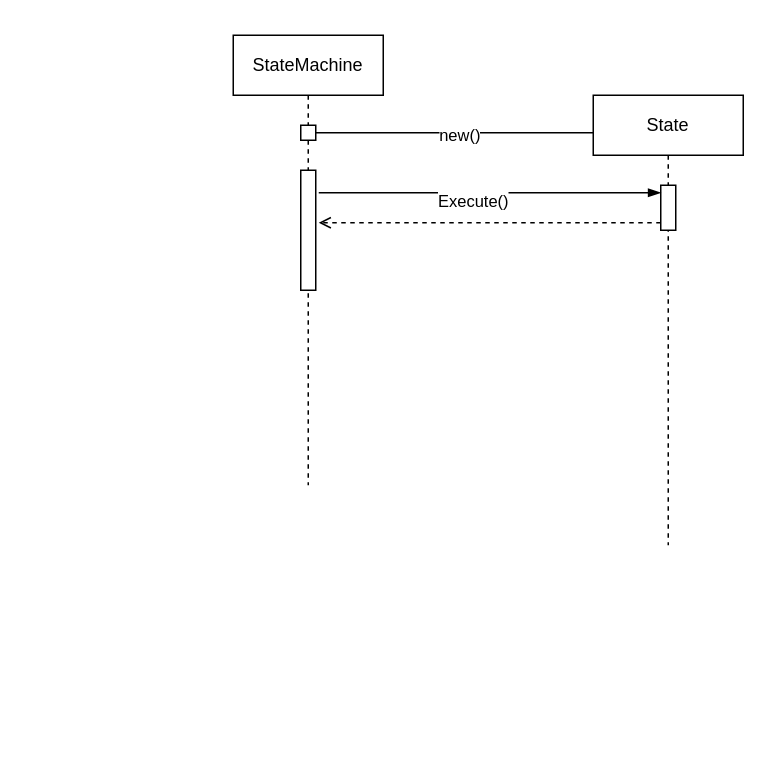
This is Documentation/Unbenanntes Diagramm.drawio from Ubus99/AR_Project, a draw.io file, before an edit. Source tidied: cells renumbered, new cells numbered last; positions are measured from the earlier drawing's top-left corner, leaving out a move shared by most shapes. Both pictures are drawn from the tidied source at 150%, with x=0, y=0 at pixel (232, 34).
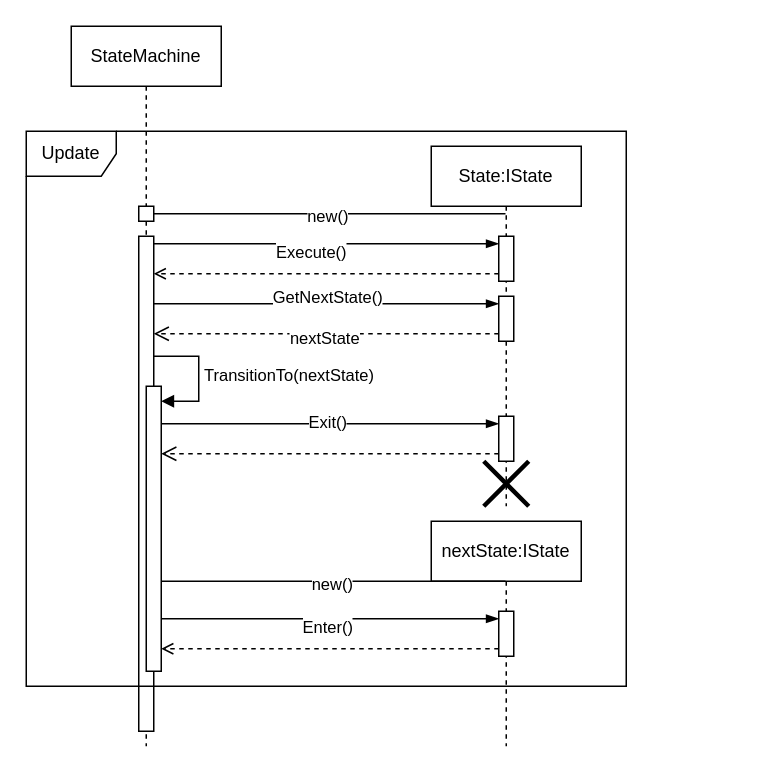
Above is the later version.

The change refers to these unchanged cells:
```xml
<mxCell id="6" style="html=1;points=[[0,0,0,0,5],[0,1,0,0,-5],[1,0,0,0,5],[1,1,0,0,-5]];perimeter=orthogonalPerimeter;outlineConnect=0;targetShapes=umlLifeline;portConstraint=eastwest;newEdgeStyle={&quot;curved&quot;:0,&quot;rounded&quot;:0};" parent="5" vertex="1">
  <mxGeometry x="45" y="60" width="10" height="30" as="geometry" />
</mxCell>
```

What changed in the source:
```diff
@@
     <mxCell id="2" value="StateMachine" style="shape=umlLifeline;perimeter=lifelinePerimeter;whiteSpace=wrap;html=1;newEdgeStyle={&quot;edgeStyle&quot;:&quot;elbowEdgeStyle&quot;,&quot;elbow&quot;:&quot;vertical&quot;,&quot;curved&quot;:0,&quot;rounded&quot;:0};" parent="1" vertex="1">
-      <mxGeometry width="100" height="300" as="geometry" />
+      <mxGeometry x="-108" y="-6" width="100" height="480" as="geometry" />
     </mxCell>
     <mxCell id="3" style="html=1;points=[[0,0,0,0,5],[0,1,0,0,-5],[1,0,0,0,5],[1,1,0,0,-5]];perimeter=orthogonalPerimeter;outlineConnect=0;targetShapes=umlLifeline;portConstraint=eastwest;newEdgeStyle={&quot;curved&quot;:0,&quot;rounded&quot;:0};" parent="2" vertex="1">
-      <mxGeometry x="45" y="60" width="10" height="10" as="geometry" />
+      <mxGeometry x="45" y="120" width="10" height="10" as="geometry" />
     </mxCell>
     <mxCell id="4" style="html=1;points=[[0,0,0,0,5],[0,1,0,0,-5],[1,0,0,0,5],[1,1,0,0,-5]];perimeter=orthogonalPerimeter;outlineConnect=0;targetShapes=umlLifeline;portConstraint=eastwest;newEdgeStyle={&quot;curved&quot;:0,&quot;rounded&quot;:0};" parent="2" vertex="1">
-      <mxGeometry x="45" y="90" width="10" height="80" as="geometry" />
+      <mxGeometry x="45" y="140" width="10" height="330" as="geometry" />
     </mxCell>
+    <mxCell id="12" style="html=1;points=[[0,0,0,0,5],[0,1,0,0,-5],[1,0,0,0,5],[1,1,0,0,-5]];perimeter=orthogonalPerimeter;outlineConnect=0;targetShapes=umlLifeline;portConstraint=eastwest;newEdgeStyle={&quot;curved&quot;:0,&quot;rounded&quot;:0};" parent="2" vertex="1">
+      <mxGeometry x="50" y="240" width="10" height="190" as="geometry" />
+    </mxCell>
+    <mxCell id="13" value="TransitionTo(nextState)" style="html=1;align=left;spacingLeft=2;endArrow=block;rounded=0;edgeStyle=orthogonalEdgeStyle;curved=0;rounded=0;" parent="2" edge="1" target="12">
+      <mxGeometry relative="1" as="geometry">
+        <mxPoint x="55" y="220" as="sourcePoint" />
+        <Array as="points">
+          <mxPoint x="85" y="250" />
+        </Array>
+      </mxGeometry>
+    </mxCell>
-    <mxCell id="5" value="State" style="shape=umlLifeline;perimeter=lifelinePerimeter;whiteSpace=wrap;html=1;outlineConnect=0;portConstraint=eastwest;newEdgeStyle={&quot;edgeStyle&quot;:&quot;elbowEdgeStyle&quot;,&quot;elbow&quot;:&quot;vertical&quot;,&quot;curved&quot;:0,&quot;rounded&quot;:0};" parent="1" vertex="1">
-      <mxGeometry x="240" y="40" width="100" height="300" as="geometry" />
+    <mxCell id="5" value="State:IState" style="shape=umlLifeline;perimeter=lifelinePerimeter;whiteSpace=wrap;html=1;outlineConnect=0;portConstraint=eastwest;newEdgeStyle={&quot;edgeStyle&quot;:&quot;elbowEdgeStyle&quot;,&quot;elbow&quot;:&quot;vertical&quot;,&quot;curved&quot;:0,&quot;rounded&quot;:0};" parent="1" vertex="1">
+      <mxGeometry x="132" y="74" width="100" height="240" as="geometry" />
     </mxCell>
@@
+    <mxCell id="14" style="html=1;points=[[0,0,0,0,5],[0,1,0,0,-5],[1,0,0,0,5],[1,1,0,0,-5]];perimeter=orthogonalPerimeter;outlineConnect=0;targetShapes=umlLifeline;portConstraint=eastwest;newEdgeStyle={&quot;curved&quot;:0,&quot;rounded&quot;:0};" parent="5" vertex="1">
+      <mxGeometry x="45" y="100" width="10" height="30" as="geometry" />
+    </mxCell>
+    <mxCell id="15" style="html=1;points=[[0,0,0,0,5],[0,1,0,0,-5],[1,0,0,0,5],[1,1,0,0,-5]];perimeter=orthogonalPerimeter;outlineConnect=0;targetShapes=umlLifeline;portConstraint=eastwest;newEdgeStyle={&quot;curved&quot;:0,&quot;rounded&quot;:0};" parent="5" vertex="1">
+      <mxGeometry x="45" y="180" width="10" height="30" as="geometry" />
+    </mxCell>
+    <mxCell id="16" style="shape=umlDestroy;whiteSpace=wrap;html=1;strokeWidth=3;targetShapes=umlLifeline;" parent="5" vertex="1">
+      <mxGeometry x="35" y="210" width="30" height="30" as="geometry" />
+    </mxCell>
-    <mxCell id="7" style="edgeStyle=elbowEdgeStyle;fontSize=12;html=1;endArrow=none;endFill=0;rounded=0;exitX=1;exitY=0;exitDx=0;exitDy=5;exitPerimeter=0;elbow=vertical;" parent="1" edge="1" source="3">
-      <mxGeometry relative="1" as="geometry">
-        <mxPoint x="240" y="65" as="targetPoint" />
-      </mxGeometry>
+    <mxCell id="7" style="fontSize=12;html=1;endArrow=none;endFill=0;rounded=0;exitX=1;exitY=0;exitDx=0;exitDy=5;exitPerimeter=0;elbow=vertical;" parent="1" edge="1" source="3" target="5">
+      <mxGeometry relative="1" as="geometry" />
     </mxCell>
@@
-    <mxCell id="9" style="edgeStyle=elbowEdgeStyle;fontSize=12;html=1;endArrow=blockThin;endFill=1;rounded=0;entryX=0;entryY=0;entryDx=0;entryDy=5;entryPerimeter=0;" parent="1" edge="1" target="6">
-      <mxGeometry relative="1" as="geometry">
-        <mxPoint x="57" y="105" as="sourcePoint" />
-      </mxGeometry>
+    <mxCell id="9" style="fontSize=12;html=1;endArrow=blockThin;endFill=1;rounded=0;entryX=0;entryY=0;entryDx=0;entryDy=5;entryPerimeter=0;" parent="1" edge="1" source="4" target="6">
+      <mxGeometry relative="1" as="geometry" />
     </mxCell>
@@
-    <mxCell id="11" style="edgeStyle=elbowEdgeStyle;fontSize=12;html=1;endArrow=open;endFill=0;rounded=0;exitX=0;exitY=1;exitDx=0;exitDy=-5;exitPerimeter=0;elbow=vertical;dashed=1;" parent="1" edge="1" source="6">
-      <mxGeometry relative="1" as="geometry">
-        <mxPoint x="57" y="125" as="targetPoint" />
-      </mxGeometry>
+    <mxCell id="11" style="edgeStyle=elbowEdgeStyle;fontSize=12;html=1;endArrow=open;endFill=0;rounded=0;exitX=0;exitY=1;exitDx=0;exitDy=-5;exitPerimeter=0;elbow=vertical;dashed=1;" parent="1" edge="1" source="6" target="4">
+      <mxGeometry relative="1" as="geometry" />
     </mxCell>
+    <mxCell id="17" style="fontSize=12;html=1;endArrow=blockThin;endFill=1;rounded=0;entryX=0;entryY=0;entryDx=0;entryDy=5;entryPerimeter=0;" parent="1" edge="1" source="4" target="14">
+      <mxGeometry relative="1" as="geometry" />
+    </mxCell>
+    <mxCell id="18" value="GetNextState()" style="edgeLabel;html=1;align=center;verticalAlign=middle;" parent="17" vertex="1">
+      <mxGeometry x="0.31" y="-1" relative="1" as="geometry">
+        <mxPoint x="-36" y="-6" as="offset" />
+      </mxGeometry>
+    </mxCell>
+    <mxCell id="19" style="html=1;verticalAlign=bottom;endArrow=open;dashed=1;endSize=8;curved=0;rounded=0;exitX=0;exitY=1;exitDx=0;exitDy=-5;exitPerimeter=0;" parent="1" edge="1" source="14" target="4">
+      <mxGeometry relative="1" as="geometry" />
+    </mxCell>
+    <mxCell id="20" value="nextState" style="edgeLabel;html=1;align=center;verticalAlign=middle;" parent="19" vertex="1">
+      <mxGeometry x="-0.14" y="2" relative="1" as="geometry">
+        <mxPoint x="-18" as="offset" />
+      </mxGeometry>
+    </mxCell>
+    <mxCell id="21" style="fontSize=12;html=1;endArrow=blockThin;endFill=1;rounded=0;entryX=0;entryY=0;entryDx=0;entryDy=5;entryPerimeter=0;" parent="1" edge="1" source="12" target="15">
+      <mxGeometry relative="1" as="geometry" />
+    </mxCell>
+    <mxCell id="22" value="Exit()" style="edgeLabel;html=1;align=center;verticalAlign=middle;" parent="21" vertex="1">
+      <mxGeometry x="0.75" y="2" relative="1" as="geometry">
+        <mxPoint x="-87" as="offset" />
+      </mxGeometry>
+    </mxCell>
+    <mxCell id="23" style="html=1;verticalAlign=bottom;endArrow=open;dashed=1;endSize=8;curved=0;rounded=0;exitX=0;exitY=1;exitDx=0;exitDy=-5;exitPerimeter=0;" parent="1" edge="1" source="15" target="12">
+      <mxGeometry relative="1" as="geometry" />
+    </mxCell>
+    <mxCell id="24" value="nextState:IState" style="shape=umlLifeline;perimeter=lifelinePerimeter;whiteSpace=wrap;html=1;outlineConnect=0;portConstraint=eastwest;newEdgeStyle={&quot;edgeStyle&quot;:&quot;elbowEdgeStyle&quot;,&quot;elbow&quot;:&quot;vertical&quot;,&quot;curved&quot;:0,&quot;rounded&quot;:0};" parent="1" vertex="1">
+      <mxGeometry x="132" y="324" width="100" height="150" as="geometry" />
+    </mxCell>
+    <mxCell id="25" style="html=1;points=[[0,0,0,0,5],[0,1,0,0,-5],[1,0,0,0,5],[1,1,0,0,-5]];perimeter=orthogonalPerimeter;outlineConnect=0;targetShapes=umlLifeline;portConstraint=eastwest;newEdgeStyle={&quot;curved&quot;:0,&quot;rounded&quot;:0};" parent="24" vertex="1">
+      <mxGeometry x="45" y="60" width="10" height="30" as="geometry" />
+    </mxCell>
+    <mxCell id="26" style="fontSize=12;html=1;endArrow=none;endFill=0;rounded=0;elbow=vertical;" parent="1" edge="1" source="12" target="24">
+      <mxGeometry relative="1" as="geometry" />
+    </mxCell>
+    <mxCell id="27" value="new()" style="edgeLabel;html=1;align=center;verticalAlign=middle;" parent="26" vertex="1">
+      <mxGeometry x="-0.21" y="-1" relative="1" as="geometry">
+        <mxPoint x="22" as="offset" />
+      </mxGeometry>
+    </mxCell>
+    <mxCell id="28" style="fontSize=12;html=1;endArrow=blockThin;endFill=1;rounded=0;entryX=0;entryY=0;entryDx=0;entryDy=5;entryPerimeter=0;" parent="1" edge="1" source="12" target="25">
+      <mxGeometry relative="1" as="geometry" />
+    </mxCell>
+    <mxCell id="29" value="Enter()" style="edgeLabel;html=1;align=center;verticalAlign=middle;" parent="28" vertex="1">
+      <mxGeometry x="0.31" y="-1" relative="1" as="geometry">
+        <mxPoint x="-37" y="4" as="offset" />
+      </mxGeometry>
+    </mxCell>
+    <mxCell id="30" style="fontSize=12;html=1;endArrow=open;endFill=0;rounded=0;exitX=0;exitY=1;exitDx=0;exitDy=-5;exitPerimeter=0;elbow=vertical;dashed=1;" parent="1" edge="1" source="25" target="12">
+      <mxGeometry relative="1" as="geometry" />
+    </mxCell>
+    <mxCell id="31" value="Update" style="shape=umlFrame;whiteSpace=wrap;html=1;" parent="1" vertex="1">
+      <mxGeometry x="-138" y="64" width="400" height="370" as="geometry" />
+    </mxCell>
```
